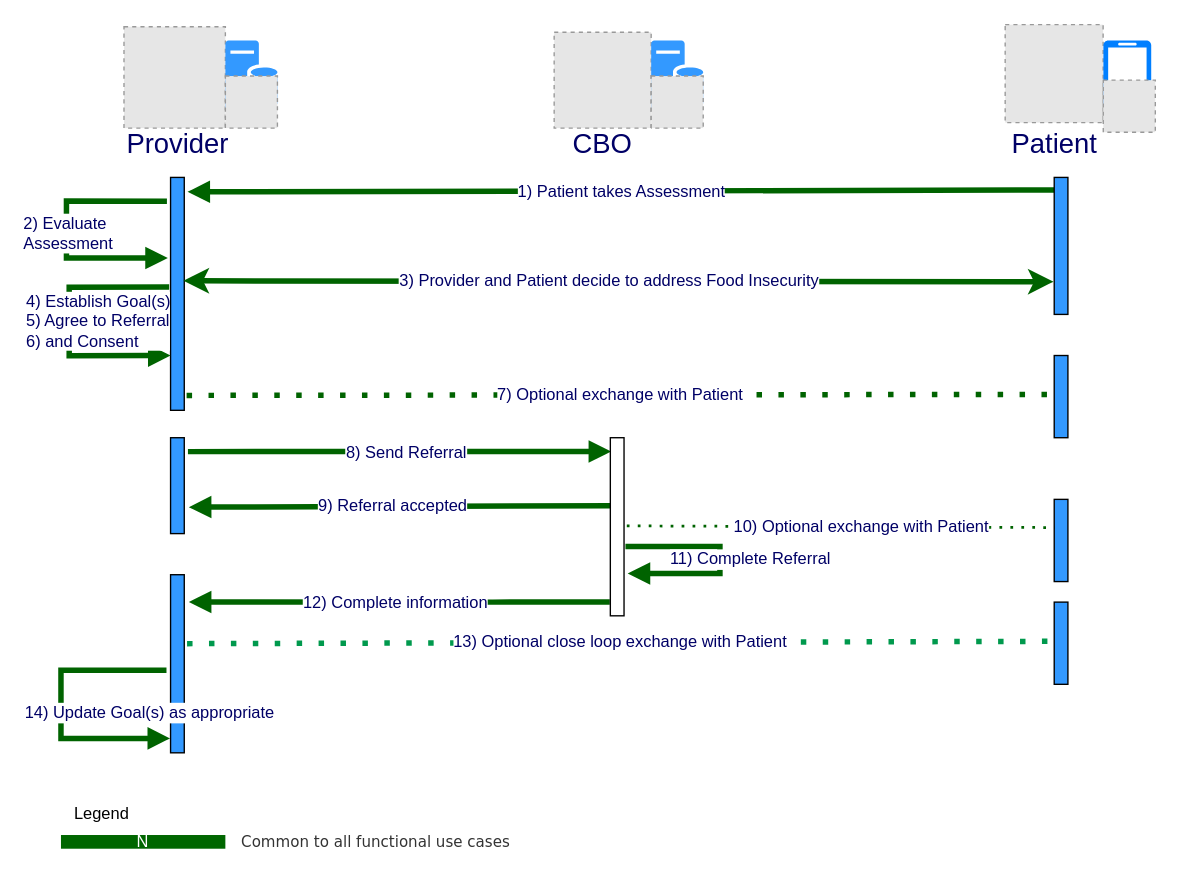
This is Images Source/FunctionalUseCaseFlowDirectReferral3.drawio from HL7/fhir-sdoh-clinicalcare, a draw.io file, before an edit. Source tidied: cells renumbered, new cells numbered last; positions are measured from the earlier drawing's top-left corner, leaving out a move shared by most shapes. Both pictures are drawn from the tidied source at 137%, with x=0, y=0 at pixel (60, 23). Pictures stored in the file or linked from it are replaced by grey dashed boxes.
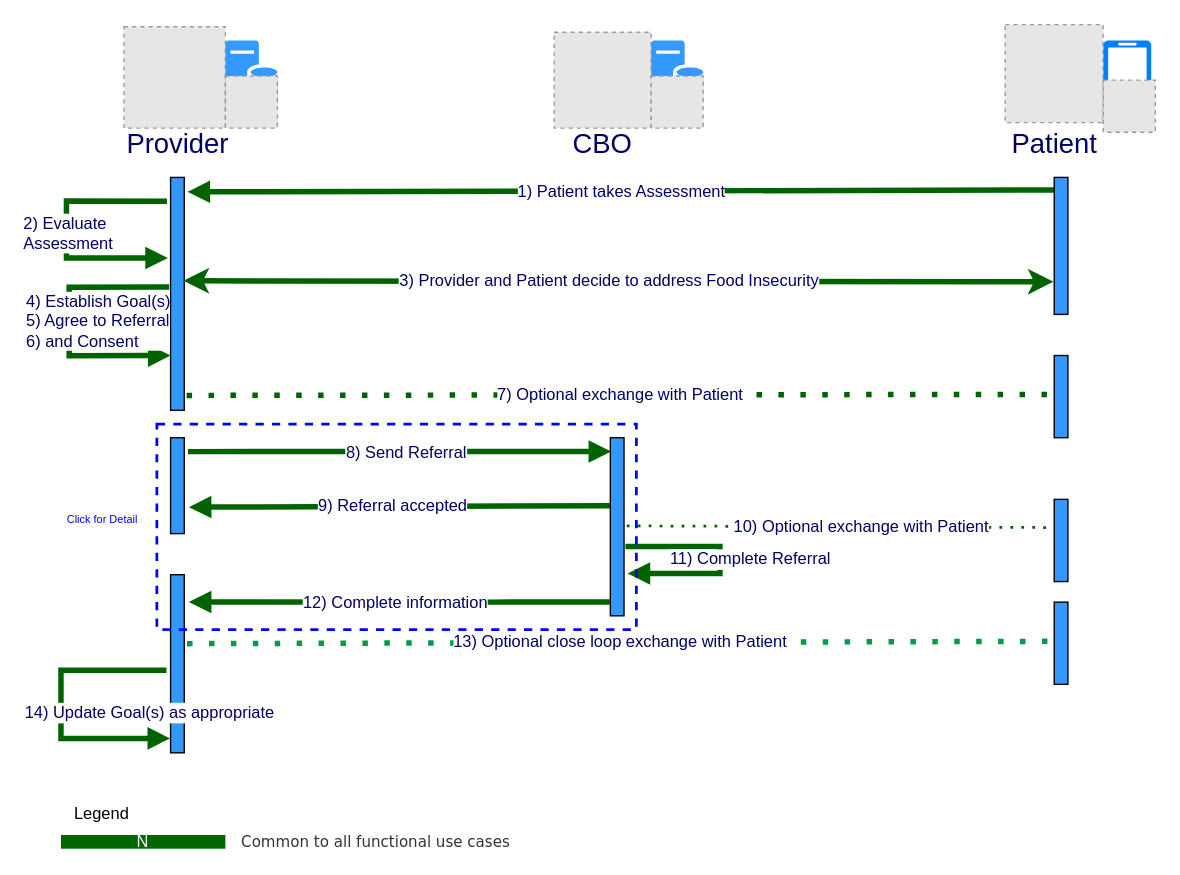
The same page after the edit.

What changed in the source:
```diff
@@
-    <mxCell id="20" style="html=1;points=[];perimeter=orthogonalPerimeter;fontColor=#000066;" parent="1" vertex="1">
+    <mxCell id="20" style="html=1;points=[];perimeter=orthogonalPerimeter;fontColor=#000066;fillColor=#3399FF;" parent="1" vertex="1">
       <mxGeometry x="401" y="302" width="10" height="130" as="geometry" />
     </mxCell>
@@
+    <mxCell id="40" style="whiteSpace=wrap;html=1;shadow=0;fontSize=8;fontColor=#7F00FF;strokeColor=#0000FF;strokeWidth=2;fillColor=none;dashed=1;" parent="1" vertex="1">
+      <mxGeometry x="70" y="292" width="350" height="150" as="geometry" />
+    </mxCell>
+    <mxCell id="41" value="Click for Detail" style="text;html=1;align=center;verticalAlign=middle;strokeColor=none;fillColor=none;fontSize=8;fontColor=#0000FF;" parent="1" vertex="1">
+      <mxGeometry x="-5" y="352" width="70" height="20" as="geometry" />
+    </mxCell>
```
